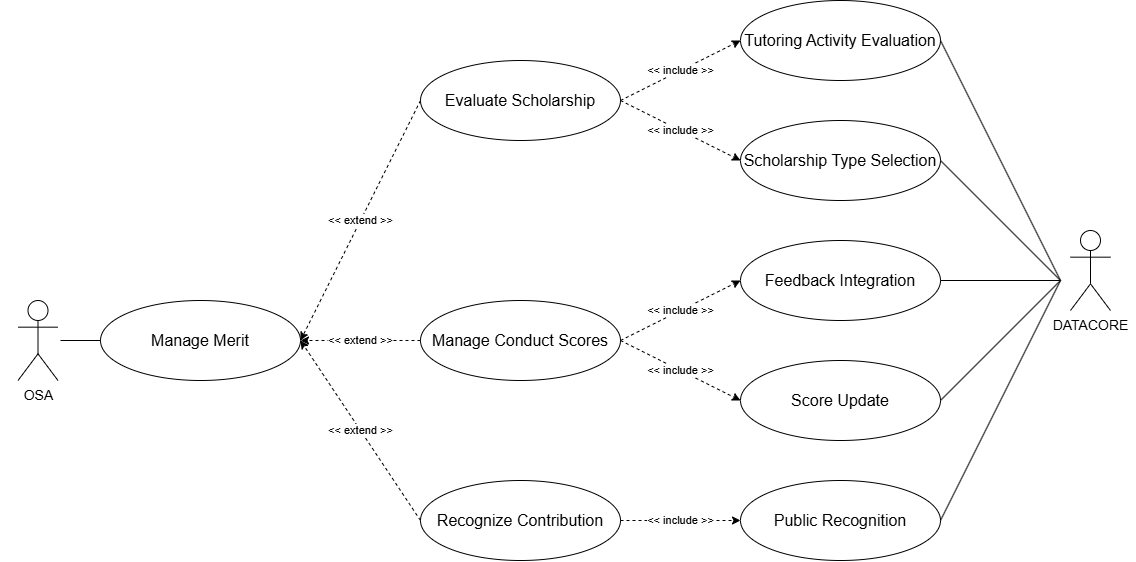
The draw.io diagram docs/usecases/detailed/manage_merit.drawio.png in lamtranhuynhha/tutor-support-system, before a commit. Source tidied: cells renumbered, new cells last; positions are measured from the earlier drawing's top-left corner, leaving out a move shared by most shapes.
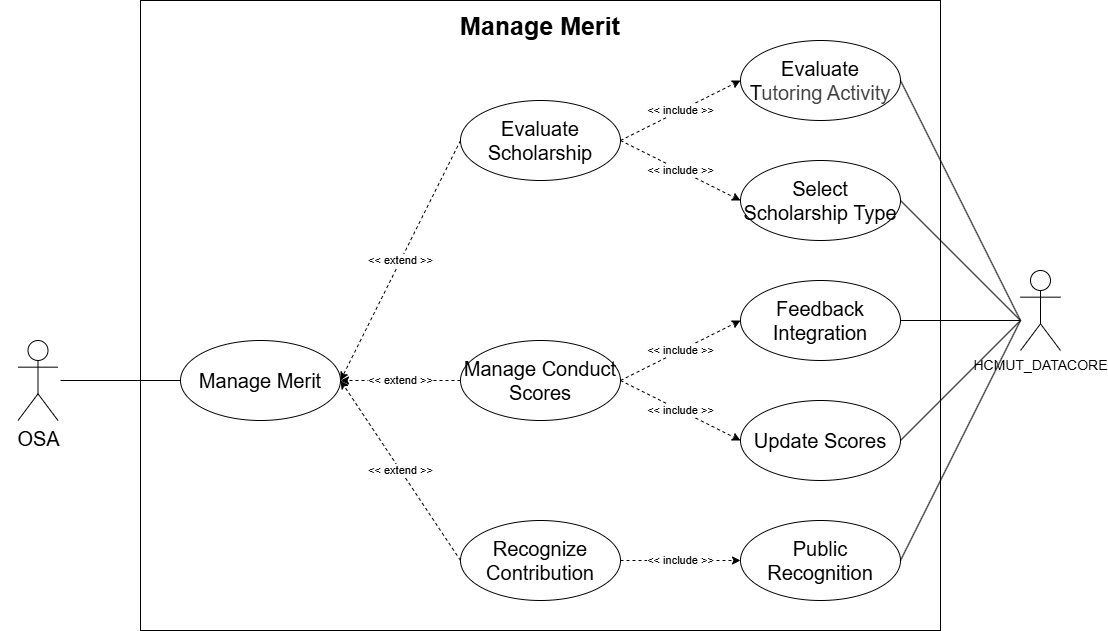
Later version of the same file.

Commit message:
update uc manage account, match tutors, system

Change to the diagram source:
```diff
@@ -1,42 +1,45 @@
-<mxGraphModel>
+<mxGraphModel background="#ffffff">
   <root>
     <mxCell id="0" />
     <mxCell id="1" parent="0" />
+    <mxCell id="29" style="rounded=0;whiteSpace=wrap;html=1;" parent="1" vertex="1">
+      <mxGeometry x="140" y="-40" width="800" height="630" as="geometry" />
+    </mxCell>
-    <mxCell id="2" style="rounded=0;whiteSpace=wrap;html=1;opacity=0;fontSize=14;" parent="1" vertex="1">
+    <mxCell id="2" style="rounded=0;whiteSpace=wrap;html=1;opacity=0;fontSize=20;" parent="1" vertex="1">
       <mxGeometry y="270" width="60" height="140" as="geometry" />
     </mxCell>
-    <mxCell id="3" value="Manage&amp;nbsp;Merit" style="ellipse;whiteSpace=wrap;html=1;fontSize=16;" parent="1" vertex="1">
-      <mxGeometry x="100" y="300" width="200" height="80" as="geometry" />
+    <mxCell id="3" value="Manage&amp;nbsp;Merit" style="ellipse;whiteSpace=wrap;html=1;fontSize=20;" parent="1" vertex="1">
+      <mxGeometry x="180" y="300" width="160" height="80" as="geometry" />
     </mxCell>
-    <mxCell id="4" value="Evaluate Scholarship" style="ellipse;whiteSpace=wrap;html=1;fontSize=16;" parent="1" vertex="1">
-      <mxGeometry x="420" y="60" width="200" height="80" as="geometry" />
+    <mxCell id="4" value="Evaluate Scholarship" style="ellipse;whiteSpace=wrap;html=1;fontSize=20;" parent="1" vertex="1">
+      <mxGeometry x="460" y="60" width="160" height="80" as="geometry" />
     </mxCell>
-    <mxCell id="5" value="Manage Conduct Scores" style="ellipse;whiteSpace=wrap;html=1;fontSize=16;" parent="1" vertex="1">
-      <mxGeometry x="420" y="300" width="200" height="80" as="geometry" />
+    <mxCell id="5" value="Manage Conduct Scores" style="ellipse;whiteSpace=wrap;html=1;fontSize=20;" parent="1" vertex="1">
+      <mxGeometry x="460" y="300" width="160" height="80" as="geometry" />
     </mxCell>
-    <mxCell id="6" value="Recognize Contribution" style="ellipse;whiteSpace=wrap;html=1;fontSize=16;" parent="1" vertex="1">
-      <mxGeometry x="420" y="480" width="200" height="80" as="geometry" />
+    <mxCell id="6" value="Recognize Contribution" style="ellipse;whiteSpace=wrap;html=1;fontSize=20;" parent="1" vertex="1">
+      <mxGeometry x="460" y="480" width="160" height="80" as="geometry" />
     </mxCell>
-    <mxCell id="7" value="Tutoring Activity Evaluation" style="ellipse;whiteSpace=wrap;html=1;fontSize=16;" parent="1" vertex="1">
-      <mxGeometry x="740" width="200" height="80" as="geometry" />
+    <mxCell id="7" value="&lt;span style=&quot;color: rgb(0, 0, 0);&quot;&gt;Evaluate&lt;/span&gt;&lt;div&gt;&lt;span style=&quot;color: rgb(0, 0, 0);&quot;&gt;T&lt;/span&gt;&lt;span style=&quot;color: rgb(63, 63, 63); background-color: transparent;&quot;&gt;utoring Activity&lt;/span&gt;&lt;/div&gt;" style="ellipse;whiteSpace=wrap;html=1;fontSize=20;" parent="1" vertex="1">
+      <mxGeometry x="740" width="160" height="80" as="geometry" />
     </mxCell>
-    <mxCell id="8" value="Scholarship Type Selection" style="ellipse;whiteSpace=wrap;html=1;fontSize=16;" parent="1" vertex="1">
-      <mxGeometry x="740" y="120" width="200" height="80" as="geometry" />
+    <mxCell id="8" value="&lt;span style=&quot;color: rgb(0, 0, 0);&quot;&gt;Select&lt;/span&gt;&lt;div&gt;Scholarship Type&lt;/div&gt;" style="ellipse;whiteSpace=wrap;html=1;fontSize=20;" parent="1" vertex="1">
+      <mxGeometry x="740" y="120" width="160" height="80" as="geometry" />
     </mxCell>
-    <mxCell id="9" value="Feedback Integration" style="ellipse;whiteSpace=wrap;html=1;fontSize=16;" parent="1" vertex="1">
-      <mxGeometry x="740" y="240" width="200" height="80" as="geometry" />
+    <mxCell id="9" value="Feedback Integration" style="ellipse;whiteSpace=wrap;html=1;fontSize=20;" parent="1" vertex="1">
+      <mxGeometry x="740" y="240" width="160" height="80" as="geometry" />
     </mxCell>
-    <mxCell id="10" value="Score Update" style="ellipse;whiteSpace=wrap;html=1;fontSize=16;" parent="1" vertex="1">
-      <mxGeometry x="740" y="360" width="200" height="80" as="geometry" />
+    <mxCell id="10" value="Update Scores" style="ellipse;whiteSpace=wrap;html=1;fontSize=20;" parent="1" vertex="1">
+      <mxGeometry x="740" y="360" width="160" height="80" as="geometry" />
     </mxCell>
-    <mxCell id="11" value="Public Recognition" style="ellipse;whiteSpace=wrap;html=1;fontSize=16;" parent="1" vertex="1">
-      <mxGeometry x="740" y="480" width="200" height="80" as="geometry" />
+    <mxCell id="11" value="Public Recognition" style="ellipse;whiteSpace=wrap;html=1;fontSize=20;" parent="1" vertex="1">
+      <mxGeometry x="740" y="480" width="160" height="80" as="geometry" />
     </mxCell>
-    <mxCell id="12" value="DATACORE" style="shape=umlActor;verticalLabelPosition=bottom;verticalAlign=top;html=1;fontSize=14;" parent="1" vertex="1">
-      <mxGeometry x="1070" y="230" width="40" height="80" as="geometry" />
+    <mxCell id="12" value="HCMUT_DATACORE" style="shape=umlActor;verticalLabelPosition=bottom;verticalAlign=top;html=1;fontSize=14;" parent="1" vertex="1">
+      <mxGeometry x="1020" y="230" width="40" height="80" as="geometry" />
     </mxCell>
     <mxCell id="13" style="rounded=0;whiteSpace=wrap;html=1;opacity=0;fontSize=14;" parent="1" vertex="1">
-      <mxGeometry x="1060" y="210" width="75" height="140" as="geometry" />
+      <mxGeometry x="1010" y="210" width="75" height="140" as="geometry" />
     </mxCell>
     <mxCell id="14" value="&amp;lt;&amp;lt; extend &amp;gt;&amp;gt;" style="endArrow=classic;html=1;exitX=0;exitY=0.5;exitDx=0;exitDy=0;entryX=1;entryY=0.5;entryDx=0;entryDy=0;dashed=1;" parent="1" edge="1" source="4" target="3">
       <mxGeometry relative="1" as="geometry" />
@@ -62,26 +65,39 @@
     <mxCell id="21" value="&amp;lt;&amp;lt; include &amp;gt;&amp;gt;" style="endArrow=classic;html=1;dashed=1;exitX=1;exitY=0.5;exitDx=0;exitDy=0;entryX=0;entryY=0.5;entryDx=0;entryDy=0;" parent="1" edge="1" source="6" target="11">
       <mxGeometry relative="1" as="geometry" />
     </mxCell>
-    <mxCell id="22" style="endArrow=none;html=1;entryX=1;entryY=0.5;entryDx=0;entryDy=0;exitX=0;exitY=0.5;exitDx=0;exitDy=0;" parent="1" edge="1" source="13" target="7">
-      <mxGeometry relative="1" as="geometry" />
+    <mxCell id="22" style="endArrow=none;html=1;entryX=1;entryY=0.5;entryDx=0;entryDy=0;exitX=0;exitY=0.5;exitDx=0;exitDy=0;" parent="1" edge="1" target="7">
+      <mxGeometry relative="1" as="geometry">
+        <mxPoint x="1020" y="280" as="sourcePoint" />
+      </mxGeometry>
     </mxCell>
-    <mxCell id="23" style="endArrow=none;html=1;entryX=1;entryY=0.5;entryDx=0;entryDy=0;exitX=0;exitY=0.5;exitDx=0;exitDy=0;" parent="1" edge="1" source="13" target="8">
-      <mxGeometry relative="1" as="geometry" />
+    <mxCell id="23" style="endArrow=none;html=1;entryX=1;entryY=0.5;entryDx=0;entryDy=0;exitX=0;exitY=0.5;exitDx=0;exitDy=0;" parent="1" edge="1" target="8">
+      <mxGeometry relative="1" as="geometry">
+        <mxPoint x="1020" y="280" as="sourcePoint" />
+      </mxGeometry>
     </mxCell>
-    <mxCell id="24" style="endArrow=none;html=1;entryX=1;entryY=0.5;entryDx=0;entryDy=0;exitX=0;exitY=0.5;exitDx=0;exitDy=0;" parent="1" edge="1" source="13" target="9">
-      <mxGeometry relative="1" as="geometry" />
+    <mxCell id="24" style="endArrow=none;html=1;entryX=1;entryY=0.5;entryDx=0;entryDy=0;exitX=0;exitY=0.5;exitDx=0;exitDy=0;" parent="1" edge="1" target="9">
+      <mxGeometry relative="1" as="geometry">
+        <mxPoint x="1020" y="280" as="sourcePoint" />
+      </mxGeometry>
     </mxCell>
-    <mxCell id="25" style="endArrow=none;html=1;entryX=1;entryY=0.5;entryDx=0;entryDy=0;exitX=0;exitY=0.5;exitDx=0;exitDy=0;" parent="1" edge="1" source="13" target="10">
-      <mxGeometry relative="1" as="geometry" />
+    <mxCell id="25" style="endArrow=none;html=1;entryX=1;entryY=0.5;entryDx=0;entryDy=0;exitX=0;exitY=0.5;exitDx=0;exitDy=0;" parent="1" edge="1" target="10">
+      <mxGeometry relative="1" as="geometry">
+        <mxPoint x="1020" y="280" as="sourcePoint" />
+      </mxGeometry>
     </mxCell>
-    <mxCell id="26" style="endArrow=none;html=1;entryX=1;entryY=0.5;entryDx=0;entryDy=0;exitX=0;exitY=0.5;exitDx=0;exitDy=0;" parent="1" edge="1" source="13" target="11">
-      <mxGeometry relative="1" as="geometry" />
+    <mxCell id="26" style="endArrow=none;html=1;entryX=1;entryY=0.5;entryDx=0;entryDy=0;exitX=0;exitY=0.5;exitDx=0;exitDy=0;" parent="1" edge="1" target="11">
+      <mxGeometry relative="1" as="geometry">
+        <mxPoint x="1020" y="280" as="sourcePoint" />
+      </mxGeometry>
     </mxCell>
-    <mxCell id="27" value="OSA" style="shape=umlActor;verticalLabelPosition=bottom;verticalAlign=top;html=1;fontSize=14;" parent="1" vertex="1">
+    <mxCell id="27" value="OSA" style="shape=umlActor;verticalLabelPosition=bottom;verticalAlign=top;html=1;fontSize=20;" parent="1" vertex="1">
       <mxGeometry x="17.5" y="300" width="40" height="80" as="geometry" />
     </mxCell>
-    <mxCell id="28" style="endArrow=none;html=1;exitX=1;exitY=0.5;exitDx=0;exitDy=0;entryX=0;entryY=0.5;entryDx=0;entryDy=0;" parent="1" edge="1" source="2" target="3">
+    <mxCell id="28" style="endArrow=none;html=1;exitX=1;exitY=0.5;exitDx=0;exitDy=0;entryX=0;entryY=0.5;entryDx=0;entryDy=0;fontSize=20;" parent="1" edge="1" source="2" target="3">
       <mxGeometry relative="1" as="geometry" />
     </mxCell>
+    <mxCell id="30" value="&lt;b&gt;Manage Merit&lt;/b&gt;" style="text;html=1;align=center;verticalAlign=middle;whiteSpace=wrap;rounded=0;fontSize=25;" parent="1" vertex="1">
+      <mxGeometry x="380" y="-30" width="320" height="30" as="geometry" />
+    </mxCell>
   </root>
 </mxGraphModel>
```
